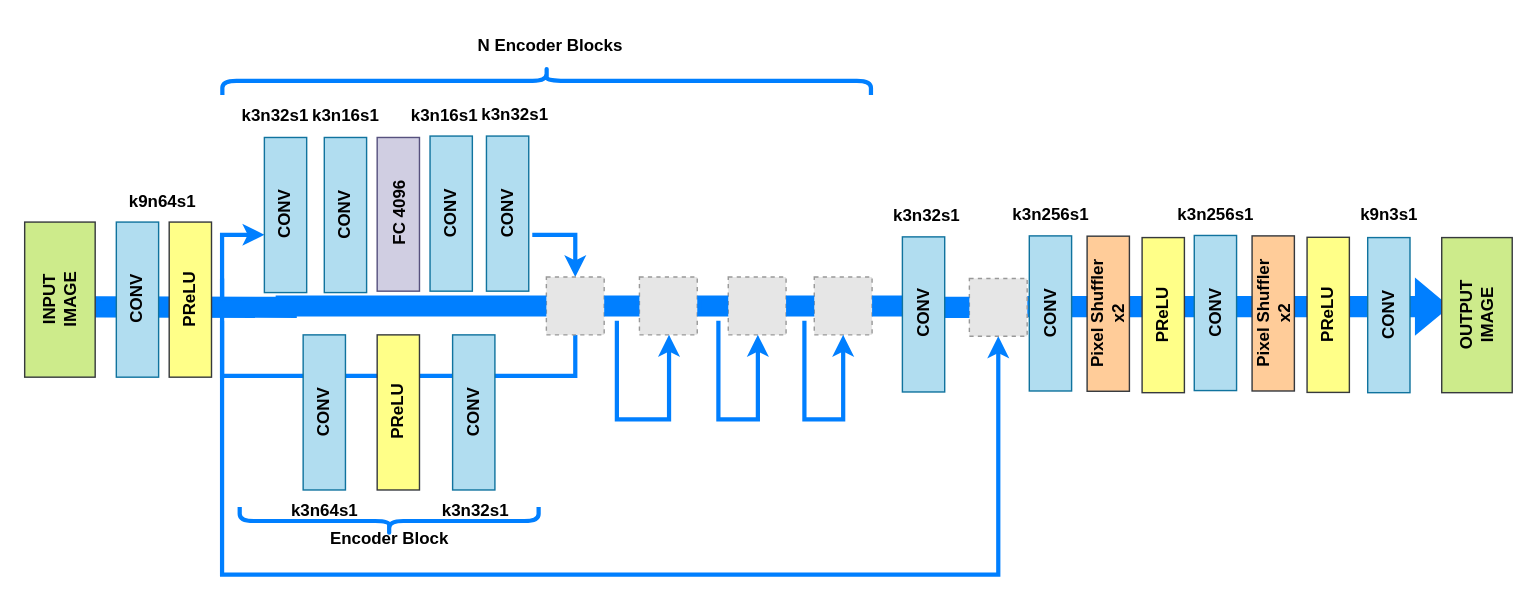
Above: page "Page-3" (3 of 5) of Untitled Diagram.drawio in JaiminBrahmbhatt/NN-Diagrams-Drawio (draw.io), before the change. Source tidied: cells renumbered, new cells numbered last; positions are measured from the earlier drawing's top-left corner, leaving out a move shared by most shapes. Both pictures are drawn from the tidied source at 141%, with x=0, y=0 at pixel (17, -244). Pictures stored in the file or linked from it are replaced by grey dashed boxes.
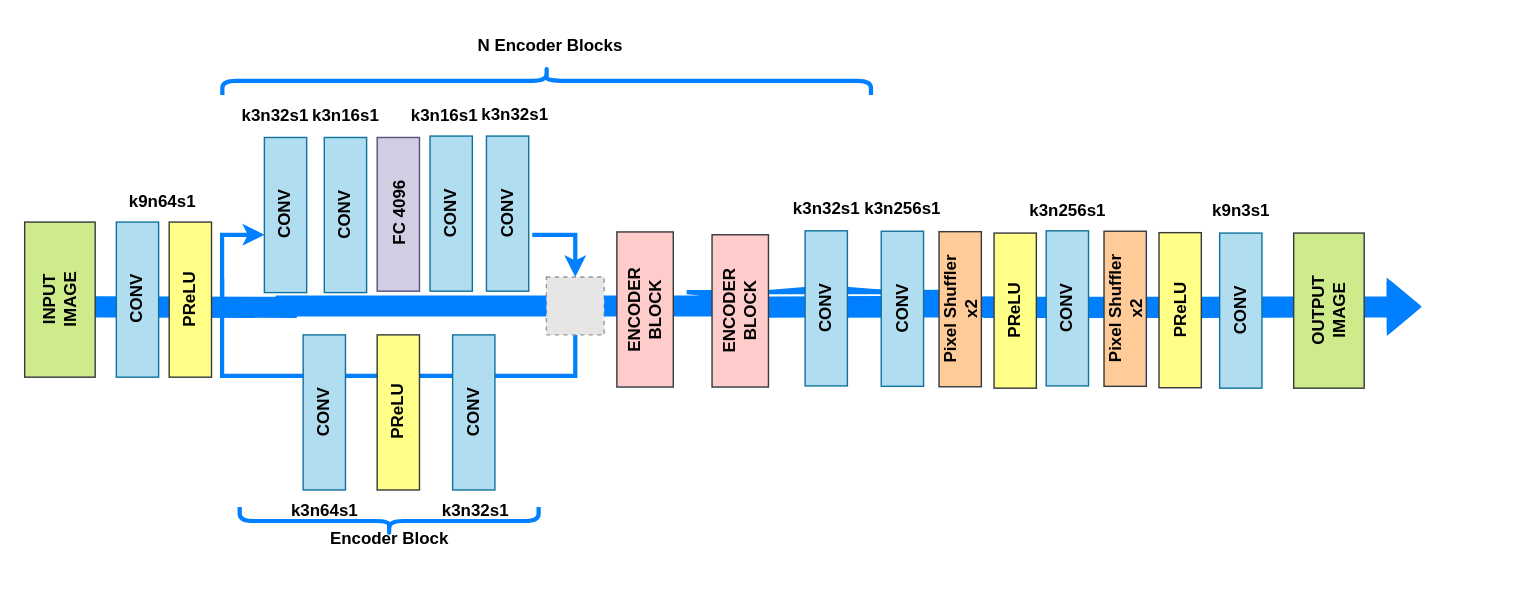
Above is the later version.

Unchanged cells that the change refers to:
```xml
<mxCell id="23" style="fillColor=#E6E6E6;strokeColor=#999999;dashed=1;verticalAlign=top;verticalLabelPosition=bottom;labelBackgroundColor=#ffffff;html=1;fontStyle=1;" parent="1" vertex="1">
  <mxGeometry x="375" y="369" width="41" height="41" as="geometry" />
</mxCell>
```

Diff of the diagram source:
```diff
@@
-    <mxCell id="2" style="shape=flexArrow;endArrow=classic;rounded=0;fontColor=#FFFFFF;strokeColor=#007FFF;strokeWidth=3;edgeStyle=orthogonalEdgeStyle;fillColor=#007FFF;startArrow=none;html=1;fontStyle=1;" parent="1" edge="1" source="51">
-      <mxGeometry relative="1" as="geometry">
-        <mxPoint x="1015" y="390" as="targetPoint" />
-      </mxGeometry>
-    </mxCell>
@@
-    <mxCell id="40" style="fillColor=#E6E6E6;strokeColor=#999999;dashed=1;verticalAlign=top;verticalLabelPosition=bottom;labelBackgroundColor=#ffffff;html=1;fontStyle=1;" parent="1" vertex="1">
-      <mxGeometry x="441" y="369" width="41" height="41" as="geometry" />
-    </mxCell>
-    <mxCell id="41" style="shape=flexArrow;endArrow=none;rounded=0;fontColor=#FFFFFF;strokeColor=#007FFF;strokeWidth=3;edgeStyle=orthogonalEdgeStyle;fillColor=#007FFF;startArrow=none;html=1;fontStyle=1;" parent="1" edge="1" source="23" target="40">
-      <mxGeometry relative="1" as="geometry" />
+    <mxCell id="41" style="shape=flexArrow;endArrow=none;rounded=0;fontColor=#FFFFFF;strokeColor=#007FFF;strokeWidth=3;edgeStyle=orthogonalEdgeStyle;fillColor=#007FFF;startArrow=none;html=1;fontStyle=1;" parent="1" edge="1" source="23">
+      <mxGeometry relative="1" as="geometry">
+        <mxPoint x="615" y="390" as="targetPoint" />
+      </mxGeometry>
     </mxCell>
-    <mxCell id="42" style="fillColor=#E6E6E6;strokeColor=#999999;dashed=1;verticalAlign=top;verticalLabelPosition=bottom;labelBackgroundColor=#ffffff;html=1;fontStyle=1;" parent="1" vertex="1">
-      <mxGeometry x="504" y="369" width="41" height="41" as="geometry" />
-    </mxCell>
-    <mxCell id="43" style="shape=flexArrow;endArrow=none;rounded=0;fontColor=#FFFFFF;strokeColor=#007FFF;strokeWidth=3;edgeStyle=orthogonalEdgeStyle;fillColor=#007FFF;startArrow=none;html=1;fontStyle=1;" parent="1" edge="1" source="40" target="42">
-      <mxGeometry relative="1" as="geometry" />
-    </mxCell>
-    <mxCell id="44" style="fillColor=#E6E6E6;strokeColor=#999999;dashed=1;verticalAlign=top;verticalLabelPosition=bottom;labelBackgroundColor=#ffffff;html=1;fontStyle=1;" parent="1" vertex="1">
-      <mxGeometry x="565" y="369" width="41" height="41" as="geometry" />
-    </mxCell>
-    <mxCell id="45" style="shape=flexArrow;endArrow=none;rounded=0;fontColor=#FFFFFF;strokeColor=#007FFF;strokeWidth=3;edgeStyle=orthogonalEdgeStyle;fillColor=#007FFF;startArrow=none;html=1;fontStyle=1;" parent="1" edge="1" source="42" target="44">
-      <mxGeometry relative="1" as="geometry" />
+    <mxCell id="45" style="shape=flexArrow;endArrow=none;rounded=0;fontColor=#FFFFFF;strokeColor=#007FFF;strokeWidth=3;edgeStyle=orthogonalEdgeStyle;fillColor=#007FFF;startArrow=none;html=1;fontStyle=1;" parent="1" edge="1">
+      <mxGeometry relative="1" as="geometry">
+        <mxPoint x="563.5" y="381.5" as="sourcePoint" />
+        <mxPoint x="583.5" y="381.5" as="targetPoint" />
+      </mxGeometry>
     </mxCell>
@@
-    <mxCell id="47" style="endArrow=classic;rounded=0;fontColor=#000000;strokeColor=#007FFF;strokeWidth=3;fillColor=#007FFF;edgeStyle=orthogonalEdgeStyle;startArrow=none;entryX=0.5;entryY=1;entryDx=0;entryDy=0;html=1;fontStyle=1;" parent="1" edge="1" target="51">
-      <mxGeometry relative="1" as="geometry">
-        <mxPoint x="145" y="400" as="sourcePoint" />
-        <Array as="points">
-          <mxPoint x="145" y="580" />
-          <mxPoint x="696" y="580" />
-        </Array>
-      </mxGeometry>
-    </mxCell>
@@
-    <mxCell id="49" style="endArrow=classic;rounded=0;fontColor=#000000;strokeColor=#007FFF;strokeWidth=3;fillColor=#007FFF;edgeStyle=orthogonalEdgeStyle;html=1;fontStyle=1;" parent="1" edge="1" target="40">
-      <mxGeometry relative="1" as="geometry">
-        <mxPoint x="425" y="400" as="sourcePoint" />
-        <Array as="points">
-          <mxPoint x="425" y="470" />
-          <mxPoint x="462" y="470" />
-        </Array>
-      </mxGeometry>
-    </mxCell>
-    <mxCell id="50" style="endArrow=classic;rounded=0;fontColor=#000000;strokeColor=#007FFF;strokeWidth=3;fillColor=#007FFF;edgeStyle=orthogonalEdgeStyle;html=1;fontStyle=1;" parent="1" edge="1">
-      <mxGeometry relative="1" as="geometry">
-        <mxPoint x="497" y="400" as="sourcePoint" />
-        <mxPoint x="525" y="410" as="targetPoint" />
-        <Array as="points">
-          <mxPoint x="497" y="470" />
-          <mxPoint x="525" y="470" />
-          <mxPoint x="525" y="410" />
-        </Array>
-      </mxGeometry>
-    </mxCell>
-    <mxCell id="51" style="fillColor=#E6E6E6;strokeColor=#999999;dashed=1;verticalAlign=top;verticalLabelPosition=bottom;labelBackgroundColor=#ffffff;html=1;fontStyle=1;" parent="1" vertex="1">
-      <mxGeometry x="675" y="370" width="41" height="41" as="geometry" />
-    </mxCell>
-    <mxCell id="52" style="shape=flexArrow;endArrow=none;rounded=0;fontColor=#FFFFFF;strokeColor=#007FFF;strokeWidth=3;edgeStyle=orthogonalEdgeStyle;fillColor=#007FFF;startArrow=none;html=1;fontStyle=1;" parent="1" edge="1" source="44" target="51">
-      <mxGeometry relative="1" as="geometry" />
-    </mxCell>
-    <mxCell id="53" style="rounded=0;whiteSpace=wrap;fillColor=#b1ddf0;strokeColor=#10739e;html=1;fontStyle=1;" parent="1" vertex="1">
-      <mxGeometry x="627.5" y="340.5" width="30" height="110" as="geometry" />
-    </mxCell>
-    <mxCell id="54" value="CONV" style="text;strokeColor=none;fillColor=none;align=center;verticalAlign=middle;whiteSpace=wrap;rounded=0;rotation=-90;html=1;fontStyle=1;" parent="1" vertex="1">
-      <mxGeometry x="595" y="379.5" width="95" height="30" as="geometry" />
-    </mxCell>
-    <mxCell id="55" style="endArrow=classic;rounded=0;fontColor=#000000;strokeColor=#007FFF;strokeWidth=3;fillColor=#007FFF;edgeStyle=orthogonalEdgeStyle;entryX=0.5;entryY=1;entryDx=0;entryDy=0;html=1;fontStyle=1;" parent="1" edge="1" target="44">
-      <mxGeometry relative="1" as="geometry">
-        <mxPoint x="558" y="400" as="sourcePoint" />
-        <Array as="points">
-          <mxPoint x="558" y="470" />
-          <mxPoint x="586" y="470" />
-        </Array>
-      </mxGeometry>
-    </mxCell>
-    <mxCell id="56" style="rounded=0;whiteSpace=wrap;fillColor=#ffcc99;strokeColor=#36393d;html=1;fontStyle=1;" parent="1" vertex="1">
-      <mxGeometry x="758.5" y="340" width="30" height="110" as="geometry" />
-    </mxCell>
-    <mxCell id="57" value="Pixel Shuffler x2&lt;br&gt;" style="text;strokeColor=none;fillColor=none;align=center;verticalAlign=middle;whiteSpace=wrap;rounded=0;rotation=-90;html=1;fontStyle=1;" parent="1" vertex="1">
-      <mxGeometry x="726" y="380" width="95" height="30" as="geometry" />
-    </mxCell>
-    <mxCell id="58" style="rounded=0;whiteSpace=wrap;fillColor=#b1ddf0;strokeColor=#10739e;html=1;fontStyle=1;" parent="1" vertex="1">
-      <mxGeometry x="717.5" y="339.8" width="30" height="110" as="geometry" />
-    </mxCell>
-    <mxCell id="59" value="CONV" style="text;strokeColor=none;fillColor=none;align=center;verticalAlign=middle;whiteSpace=wrap;rounded=0;rotation=-90;html=1;fontStyle=1;" parent="1" vertex="1">
-      <mxGeometry x="685" y="379.8" width="95" height="30" as="geometry" />
-    </mxCell>
-    <mxCell id="60" value="&lt;br&gt;" style="edgeLabel;align=center;verticalAlign=middle;html=1;fontStyle=1;" parent="1" vertex="1">
-      <mxGeometry x="797.5" y="370" as="geometry" />
-    </mxCell>
-    <mxCell id="61" style="rounded=0;whiteSpace=wrap;fillColor=#ffff88;strokeColor=#36393d;html=1;fontStyle=1;" parent="1" vertex="1">
-      <mxGeometry x="797.5" y="341" width="30" height="110" as="geometry" />
-    </mxCell>
-    <mxCell id="62" value="PReLU&lt;br&gt;" style="text;strokeColor=none;fillColor=none;align=center;verticalAlign=middle;whiteSpace=wrap;rounded=0;rotation=-90;html=1;fontStyle=1;" parent="1" vertex="1">
-      <mxGeometry x="765" y="381" width="95" height="30" as="geometry" />
-    </mxCell>
-    <mxCell id="63" style="rounded=0;whiteSpace=wrap;fillColor=#ffcc99;strokeColor=#36393d;html=1;fontStyle=1;" parent="1" vertex="1">
-      <mxGeometry x="875.5" y="339.8" width="30" height="110" as="geometry" />
-    </mxCell>
-    <mxCell id="64" value="Pixel Shuffler x2&lt;br&gt;" style="text;strokeColor=none;fillColor=none;align=center;verticalAlign=middle;whiteSpace=wrap;rounded=0;rotation=-90;html=1;fontStyle=1;" parent="1" vertex="1">
-      <mxGeometry x="843" y="379.8" width="95" height="30" as="geometry" />
-    </mxCell>
-    <mxCell id="65" style="rounded=0;whiteSpace=wrap;fillColor=#b1ddf0;strokeColor=#10739e;html=1;fontStyle=1;" parent="1" vertex="1">
-      <mxGeometry x="834.5" y="339.5" width="30" height="110" as="geometry" />
-    </mxCell>
-    <mxCell id="66" value="CONV" style="text;strokeColor=none;fillColor=none;align=center;verticalAlign=middle;whiteSpace=wrap;rounded=0;rotation=-90;html=1;fontStyle=1;" parent="1" vertex="1">
-      <mxGeometry x="802" y="379.5" width="95" height="30" as="geometry" />
-    </mxCell>
-    <mxCell id="67" value="&lt;br&gt;" style="edgeLabel;align=center;verticalAlign=middle;html=1;fontStyle=1;" parent="1" vertex="1">
-      <mxGeometry x="914.5" y="369.8" as="geometry" />
-    </mxCell>
-    <mxCell id="68" style="rounded=0;whiteSpace=wrap;fillColor=#ffff88;strokeColor=#36393d;html=1;fontStyle=1;" parent="1" vertex="1">
-      <mxGeometry x="914.5" y="340.8" width="30" height="110" as="geometry" />
-    </mxCell>
-    <mxCell id="69" value="PReLU&lt;br&gt;" style="text;strokeColor=none;fillColor=none;align=center;verticalAlign=middle;whiteSpace=wrap;rounded=0;rotation=-90;html=1;fontStyle=1;" parent="1" vertex="1">
-      <mxGeometry x="882" y="380.8" width="95" height="30" as="geometry" />
-    </mxCell>
-    <mxCell id="70" style="rounded=0;whiteSpace=wrap;fillColor=#b1ddf0;strokeColor=#10739e;html=1;fontStyle=1;" parent="1" vertex="1">
-      <mxGeometry x="957.5" y="341" width="30" height="110" as="geometry" />
-    </mxCell>
-    <mxCell id="71" value="CONV" style="text;strokeColor=none;fillColor=none;align=center;verticalAlign=middle;whiteSpace=wrap;rounded=0;rotation=-90;html=1;fontStyle=1;" parent="1" vertex="1">
-      <mxGeometry x="925" y="381" width="95" height="30" as="geometry" />
-    </mxCell>
-    <mxCell id="72" style="rounded=0;whiteSpace=wrap;fillColor=#cdeb8b;strokeColor=#36393d;html=1;fontStyle=1;" parent="1" vertex="1">
-      <mxGeometry x="1010" y="341" width="50" height="110" as="geometry" />
-    </mxCell>
+    <mxCell id="78" style="shape=flexArrow;endArrow=none;rounded=0;fontColor=#FFFFFF;strokeColor=#007FFF;strokeWidth=3;edgeStyle=orthogonalEdgeStyle;fillColor=#007FFF;startArrow=none;html=1;fontStyle=1;" parent="1" edge="1">
+      <mxGeometry relative="1" as="geometry">
+        <mxPoint x="583.5" y="388.8" as="sourcePoint" />
+        <mxPoint x="692.5" y="390.2" as="targetPoint" />
+        <Array as="points">
+          <mxPoint x="584" y="390" />
+        </Array>
+      </mxGeometry>
+    </mxCell>
+    <mxCell id="79" style="shape=flexArrow;endArrow=classic;rounded=0;fontColor=#FFFFFF;strokeColor=#007FFF;strokeWidth=3;edgeStyle=orthogonalEdgeStyle;fillColor=#007FFF;startArrow=none;html=1;fontStyle=1;" parent="1" edge="1">
+      <mxGeometry relative="1" as="geometry">
+        <mxPoint x="685" y="390.5" as="sourcePoint" />
+        <mxPoint x="995" y="390" as="targetPoint" />
+        <Array as="points">
+          <mxPoint x="834.5" y="390" />
+        </Array>
+      </mxGeometry>
+    </mxCell>
+    <mxCell id="80" style="rounded=0;whiteSpace=wrap;fillColor=#ffcc99;strokeColor=#36393d;html=1;fontStyle=1;" parent="1" vertex="1">
+      <mxGeometry x="653.5" y="336.8" width="30" height="110" as="geometry" />
+    </mxCell>
+    <mxCell id="81" value="Pixel Shuffler x2&lt;br&gt;" style="text;strokeColor=none;fillColor=none;align=center;verticalAlign=middle;whiteSpace=wrap;rounded=0;rotation=-90;html=1;fontStyle=1;" parent="1" vertex="1">
+      <mxGeometry x="621" y="376.8" width="95" height="30" as="geometry" />
+    </mxCell>
+    <mxCell id="82" style="rounded=0;whiteSpace=wrap;fillColor=#b1ddf0;strokeColor=#10739e;html=1;fontStyle=1;" parent="1" vertex="1">
+      <mxGeometry x="612.5" y="336.5" width="30" height="110" as="geometry" />
+    </mxCell>
+    <mxCell id="83" value="CONV" style="text;strokeColor=none;fillColor=none;align=center;verticalAlign=middle;whiteSpace=wrap;rounded=0;rotation=-90;html=1;fontStyle=1;" parent="1" vertex="1">
+      <mxGeometry x="580" y="376.5" width="95" height="30" as="geometry" />
+    </mxCell>
+    <mxCell id="84" value="&lt;br&gt;" style="edgeLabel;align=center;verticalAlign=middle;html=1;fontStyle=1;" parent="1" vertex="1">
+      <mxGeometry x="692.5" y="366.8" as="geometry" />
+    </mxCell>
+    <mxCell id="85" style="rounded=0;whiteSpace=wrap;fillColor=#ffff88;strokeColor=#36393d;html=1;fontStyle=1;" parent="1" vertex="1">
+      <mxGeometry x="692.5" y="337.8" width="30" height="110" as="geometry" />
+    </mxCell>
+    <mxCell id="86" value="PReLU&lt;br&gt;" style="text;strokeColor=none;fillColor=none;align=center;verticalAlign=middle;whiteSpace=wrap;rounded=0;rotation=-90;html=1;fontStyle=1;" parent="1" vertex="1">
+      <mxGeometry x="660" y="377.8" width="95" height="30" as="geometry" />
+    </mxCell>
+    <mxCell id="87" style="rounded=0;whiteSpace=wrap;fillColor=#ffcc99;strokeColor=#36393d;html=1;fontStyle=1;" parent="1" vertex="1">
+      <mxGeometry x="770.5" y="336.5" width="30" height="110" as="geometry" />
+    </mxCell>
+    <mxCell id="88" value="Pixel Shuffler x2&lt;br&gt;" style="text;strokeColor=none;fillColor=none;align=center;verticalAlign=middle;whiteSpace=wrap;rounded=0;rotation=-90;html=1;fontStyle=1;" parent="1" vertex="1">
+      <mxGeometry x="738" y="376.5" width="95" height="30" as="geometry" />
+    </mxCell>
+    <mxCell id="89" style="rounded=0;whiteSpace=wrap;fillColor=#b1ddf0;strokeColor=#10739e;html=1;fontStyle=1;" parent="1" vertex="1">
+      <mxGeometry x="729.5" y="336.2" width="30" height="110" as="geometry" />
+    </mxCell>
+    <mxCell id="90" value="CONV" style="text;strokeColor=none;fillColor=none;align=center;verticalAlign=middle;whiteSpace=wrap;rounded=0;rotation=-90;html=1;fontStyle=1;" parent="1" vertex="1">
+      <mxGeometry x="697" y="376.2" width="95" height="30" as="geometry" />
+    </mxCell>
+    <mxCell id="91" value="&lt;br&gt;" style="edgeLabel;align=center;verticalAlign=middle;html=1;fontStyle=1;" parent="1" vertex="1">
+      <mxGeometry x="809.5" y="366.5" as="geometry" />
+    </mxCell>
+    <mxCell id="92" style="rounded=0;whiteSpace=wrap;fillColor=#ffff88;strokeColor=#36393d;html=1;fontStyle=1;" parent="1" vertex="1">
+      <mxGeometry x="809.5" y="337.5" width="30" height="110" as="geometry" />
+    </mxCell>
+    <mxCell id="93" value="PReLU&lt;br&gt;" style="text;strokeColor=none;fillColor=none;align=center;verticalAlign=middle;whiteSpace=wrap;rounded=0;rotation=-90;html=1;fontStyle=1;" parent="1" vertex="1">
+      <mxGeometry x="777" y="377.5" width="95" height="30" as="geometry" />
+    </mxCell>
+    <mxCell id="94" style="rounded=0;whiteSpace=wrap;fillColor=#b1ddf0;strokeColor=#10739e;html=1;fontStyle=1;" parent="1" vertex="1">
+      <mxGeometry x="852.5" y="337.8" width="30" height="110" as="geometry" />
+    </mxCell>
+    <mxCell id="95" value="CONV" style="text;strokeColor=none;fillColor=none;align=center;verticalAlign=middle;whiteSpace=wrap;rounded=0;rotation=-90;html=1;fontStyle=1;" parent="1" vertex="1">
+      <mxGeometry x="820" y="377.8" width="95" height="30" as="geometry" />
+    </mxCell>
+    <mxCell id="96" style="rounded=0;whiteSpace=wrap;fillColor=#cdeb8b;strokeColor=#36393d;html=1;fontStyle=1;" parent="1" vertex="1">
+      <mxGeometry x="905" y="337.8" width="50" height="110" as="geometry" />
+    </mxCell>
     <mxCell id="73" value="OUTPUT IMAGE&lt;br&gt;" style="text;strokeColor=none;fillColor=none;align=center;verticalAlign=middle;whiteSpace=wrap;rounded=0;rotation=-90;fontColor=#000000;html=1;fontStyle=1;" parent="1" vertex="1">
-      <mxGeometry x="1005" y="381" width="60" height="30" as="geometry" />
+      <mxGeometry x="900" y="377.8" width="60" height="30" as="geometry" />
     </mxCell>
+    <mxCell id="97" value="k3n256s1" style="text;strokeColor=none;fillColor=none;align=center;verticalAlign=middle;whiteSpace=wrap;rounded=0;fontColor=#000000;html=1;fontStyle=1;" parent="1" vertex="1">
+      <mxGeometry x="597.5" y="306.2" width="60" height="30" as="geometry" />
+    </mxCell>
+    <mxCell id="98" value="k3n256s1" style="text;strokeColor=none;fillColor=none;align=center;verticalAlign=middle;whiteSpace=wrap;rounded=0;fontColor=#000000;html=1;fontStyle=1;" parent="1" vertex="1">
+      <mxGeometry x="714.5" y="306.8" width="60" height="30" as="geometry" />
+    </mxCell>
+    <mxCell id="77" value="k9n3s1" style="text;strokeColor=none;fillColor=none;align=center;verticalAlign=middle;whiteSpace=wrap;rounded=0;fontColor=#000000;html=1;fontStyle=1;" parent="1" vertex="1">
+      <mxGeometry x="838" y="306.8" width="60" height="30" as="geometry" />
+    </mxCell>
+    <mxCell id="99" style="rounded=0;whiteSpace=wrap;html=1;fillColor=#ffcccc;strokeColor=#36393d;" parent="1" vertex="1">
+      <mxGeometry x="425" y="337" width="40" height="110" as="geometry" />
+    </mxCell>
+    <mxCell id="100" value="ENCODER BLOCK" style="text;strokeColor=none;fillColor=none;align=center;verticalAlign=middle;whiteSpace=wrap;rounded=0;rotation=-90;html=1;fontStyle=1;" parent="1" vertex="1">
+      <mxGeometry x="397.5" y="378" width="95" height="30" as="geometry" />
+    </mxCell>
+    <mxCell id="101" style="rounded=0;whiteSpace=wrap;html=1;fillColor=#ffcccc;strokeColor=#36393d;" parent="1" vertex="1">
+      <mxGeometry x="492.5" y="339" width="40" height="108" as="geometry" />
+    </mxCell>
+    <mxCell id="102" style="rounded=0;whiteSpace=wrap;fillColor=#b1ddf0;strokeColor=#10739e;html=1;fontStyle=1;" parent="1" vertex="1">
+      <mxGeometry x="558.5" y="336.2" width="30" height="110" as="geometry" />
+    </mxCell>
+    <mxCell id="103" value="CONV" style="text;strokeColor=none;fillColor=none;align=center;verticalAlign=middle;whiteSpace=wrap;rounded=0;rotation=-90;html=1;fontStyle=1;" parent="1" vertex="1">
+      <mxGeometry x="526" y="376.2" width="95" height="30" as="geometry" />
+    </mxCell>
     <mxCell id="74" value="k3n32s1" style="text;strokeColor=none;fillColor=none;align=center;verticalAlign=middle;whiteSpace=wrap;rounded=0;fontColor=#000000;html=1;fontStyle=1;" parent="1" vertex="1">
-      <mxGeometry x="615" y="310.5" width="60" height="30" as="geometry" />
+      <mxGeometry x="543.5" y="306" width="60" height="30" as="geometry" />
     </mxCell>
-    <mxCell id="75" value="k3n256s1" style="text;strokeColor=none;fillColor=none;align=center;verticalAlign=middle;whiteSpace=wrap;rounded=0;fontColor=#000000;html=1;fontStyle=1;" parent="1" vertex="1">
-      <mxGeometry x="702.5" y="309.5" width="60" height="30" as="geometry" />
-    </mxCell>
-    <mxCell id="76" value="k3n256s1" style="text;strokeColor=none;fillColor=none;align=center;verticalAlign=middle;whiteSpace=wrap;rounded=0;fontColor=#000000;html=1;fontStyle=1;" parent="1" vertex="1">
-      <mxGeometry x="819.5" y="310" width="60" height="30" as="geometry" />
-    </mxCell>
-    <mxCell id="77" value="k9n3s1" style="text;strokeColor=none;fillColor=none;align=center;verticalAlign=middle;whiteSpace=wrap;rounded=0;fontColor=#000000;html=1;fontStyle=1;" parent="1" vertex="1">
-      <mxGeometry x="943" y="310" width="60" height="30" as="geometry" />
-    </mxCell>
+    <mxCell id="104" value="ENCODER BLOCK" style="text;strokeColor=none;fillColor=none;align=center;verticalAlign=middle;whiteSpace=wrap;rounded=0;rotation=-90;html=1;fontStyle=1;" parent="1" vertex="1">
+      <mxGeometry x="465" y="378" width="95" height="30" as="geometry" />
+    </mxCell>
```
